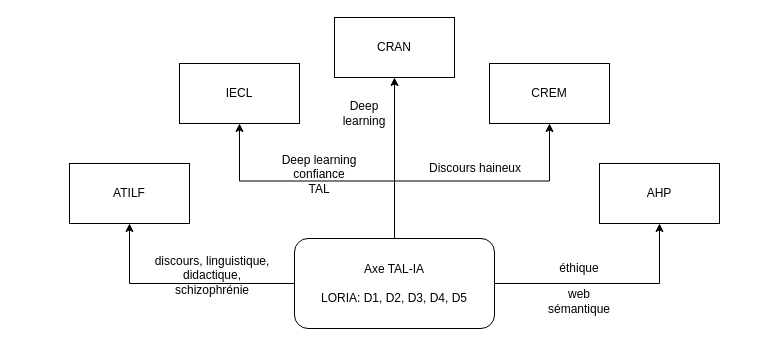
Earlier version of the draw.io diagram axeiatal2.drawio (cerisara/draws). Source tidied: cells renumbered, new cells numbered last; positions are measured from the earlier drawing's top-left corner, leaving out a move shared by most shapes. Both pictures are drawn from the tidied source at 100%, with x=0, y=0 at pixel (69, 17).
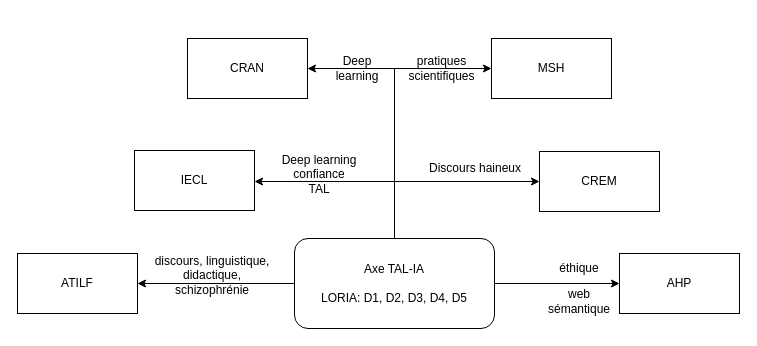
The same page after the edit.

The change refers to these unchanged cells:
```xml
<mxCell id="7" value="Axe TAL-IA&lt;br&gt;&lt;br&gt;LORIA: D1, D2, D3, D4, D5" style="rounded=1;whiteSpace=wrap;html=1;" parent="1" vertex="1">
  <mxGeometry x="225" y="221" width="200" height="90" as="geometry" />
</mxCell>
```

Change to the diagram source:
```diff
@@
-    <mxCell id="4" style="edgeStyle=orthogonalEdgeStyle;rounded=0;jettySize=auto;html=1;" parent="1" edge="1" source="7" target="10">
-      <mxGeometry relative="1" as="geometry" />
+    <mxCell id="4" style="edgeStyle=orthogonalEdgeStyle;rounded=0;jettySize=auto;html=1;entryX=0;entryY=0.5;entryDx=0;entryDy=0;" parent="1" edge="1" source="7" target="10">
+      <mxGeometry relative="1" as="geometry">
+        <Array as="points">
+          <mxPoint x="325" y="164" />
+        </Array>
+      </mxGeometry>
     </mxCell>
-    <mxCell id="5" style="edgeStyle=orthogonalEdgeStyle;rounded=0;jettySize=auto;html=1;" parent="1" edge="1" source="7" target="9">
-      <mxGeometry relative="1" as="geometry" />
+    <mxCell id="5" style="edgeStyle=orthogonalEdgeStyle;rounded=0;orthogonalLoop=1;jettySize=auto;html=1;" parent="1" edge="1">
+      <mxGeometry relative="1" as="geometry">
+        <mxPoint x="325" y="223" as="sourcePoint" />
+        <mxPoint x="185" y="164" as="targetPoint" />
+        <Array as="points">
+          <mxPoint x="325" y="164" />
+        </Array>
+      </mxGeometry>
     </mxCell>
     <mxCell id="6" style="edgeStyle=orthogonalEdgeStyle;rounded=0;jettySize=auto;html=1;" parent="1" edge="1" source="7" target="12">
-      <mxGeometry relative="1" as="geometry" />
+      <mxGeometry relative="1" as="geometry">
+        <Array as="points">
+          <mxPoint x="325" y="51" />
+        </Array>
+      </mxGeometry>
     </mxCell>
+    <mxCell id="19" style="edgeStyle=orthogonalEdgeStyle;rounded=0;jettySize=auto;html=1;entryX=0;entryY=0.5;entryDx=0;entryDy=0;" parent="1" edge="1" source="7" target="20">
+      <mxGeometry relative="1" as="geometry" />
+    </mxCell>
@@
     <mxCell id="8" value="ATILF" style="rounded=0;whiteSpace=wrap;html=1;" parent="1" vertex="1">
-      <mxGeometry y="146" width="120" height="60" as="geometry" />
+      <mxGeometry x="-52" y="236" width="120" height="60" as="geometry" />
     </mxCell>
     <mxCell id="9" value="IECL" style="rounded=0;whiteSpace=wrap;html=1;" parent="1" vertex="1">
-      <mxGeometry x="110" y="46" width="120" height="60" as="geometry" />
+      <mxGeometry x="65" y="133" width="120" height="60" as="geometry" />
     </mxCell>
     <mxCell id="10" value="CREM" style="rounded=0;whiteSpace=wrap;html=1;" parent="1" vertex="1">
-      <mxGeometry x="420" y="46" width="120" height="60" as="geometry" />
+      <mxGeometry x="470" y="134" width="120" height="60" as="geometry" />
     </mxCell>
     <mxCell id="11" value="AHP" style="rounded=0;whiteSpace=wrap;html=1;" parent="1" vertex="1">
-      <mxGeometry x="530" y="146" width="120" height="60" as="geometry" />
+      <mxGeometry x="550" y="236" width="120" height="60" as="geometry" />
     </mxCell>
     <mxCell id="12" value="CRAN" style="rounded=0;whiteSpace=wrap;html=1;" parent="1" vertex="1">
-      <mxGeometry x="265" width="120" height="60" as="geometry" />
+      <mxGeometry x="118" y="21" width="120" height="60" as="geometry" />
     </mxCell>
     <mxCell id="13" value="Deep&lt;br&gt;learning" style="text;html=1;strokeColor=none;fillColor=none;align=center;verticalAlign=middle;whiteSpace=wrap;rounded=0;" parent="1" vertex="1">
-      <mxGeometry x="265" y="81" width="60" height="30" as="geometry" />
+      <mxGeometry x="258" y="36" width="60" height="30" as="geometry" />
     </mxCell>
@@
+    <mxCell id="20" value="MSH" style="rounded=0;whiteSpace=wrap;html=1;" parent="1" vertex="1">
+      <mxGeometry x="422" y="21" width="120" height="60" as="geometry" />
+    </mxCell>
+    <mxCell id="21" value="pratiques scientifiques" style="text;html=1;strokeColor=none;fillColor=none;align=center;verticalAlign=middle;whiteSpace=wrap;rounded=0;" parent="1" vertex="1">
+      <mxGeometry x="325" y="36" width="95" height="30" as="geometry" />
+    </mxCell>
```
